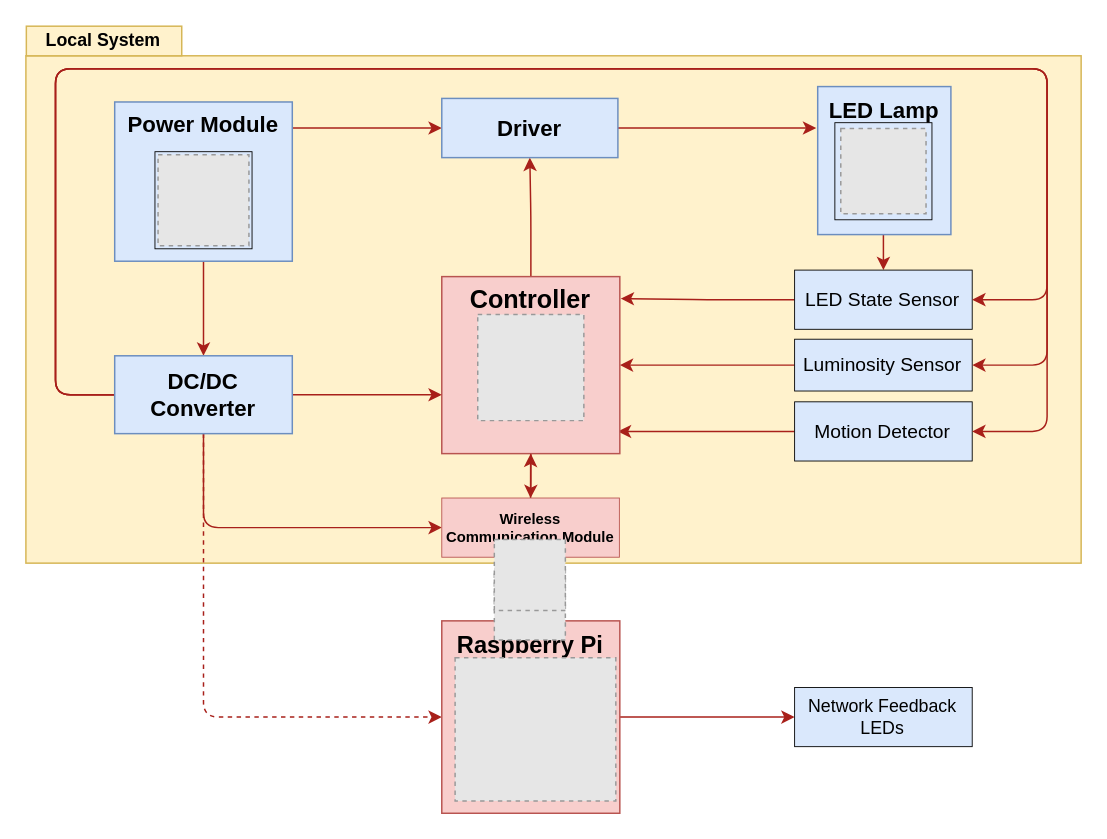
Earlier version of the draw.io diagram page "hw_arch" (2 of 4) of project/report/flowcharts/system_overview.drawio (ESRGgroup9/slipad). Source tidied: cells renumbered, new cells numbered last; positions are measured from the earlier drawing's top-left corner, leaving out a move shared by most shapes. Both pictures are drawn from the tidied source at 148%, with x=0, y=0 at pixel (25, 25). Pictures stored in the file or linked from it are replaced by grey dashed boxes.
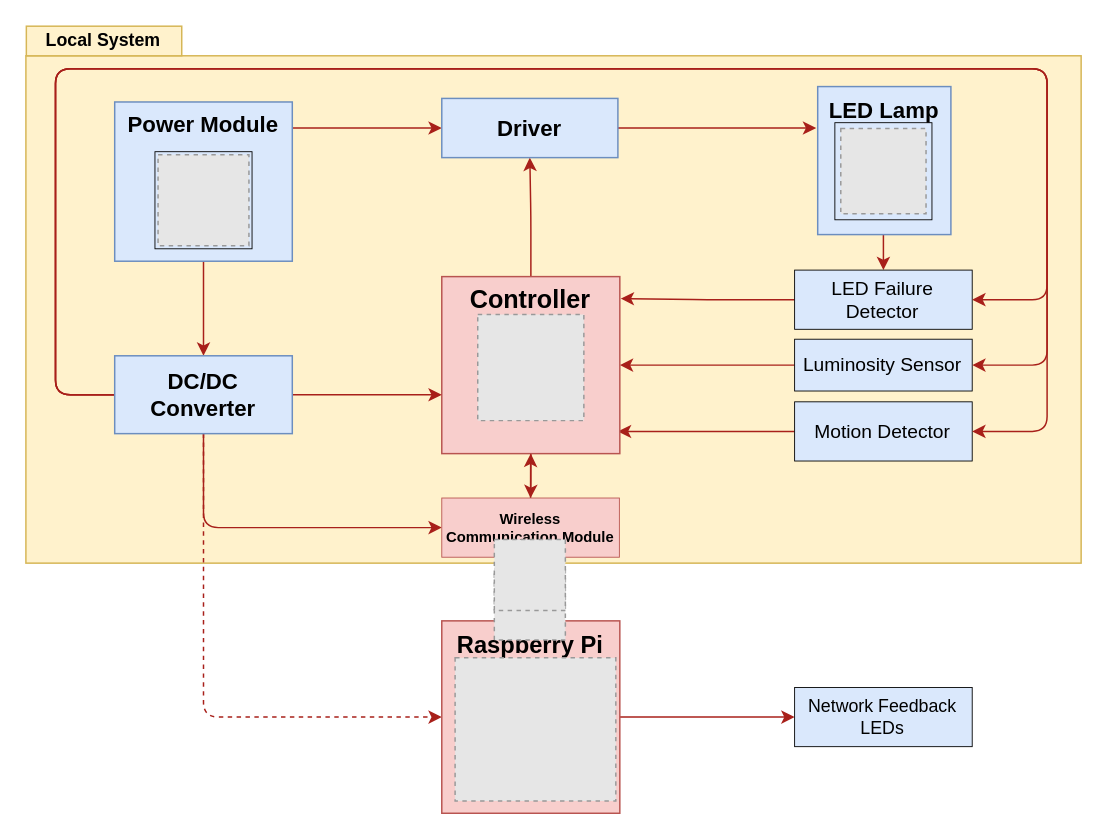
After the change.

What changed in the source:
```diff
@@
-    <mxCell id="10" value="LED State Sensor" style="text;html=1;strokeColor=#000000;fillColor=#dae8fc;align=center;verticalAlign=middle;whiteSpace=wrap;rounded=0;sketch=0;fontSize=13;strokeWidth=0.6;fontColor=default;fontStyle=0;" parent="1" vertex="1">
+    <mxCell id="10" value="LED Failure Detector" style="text;html=1;strokeColor=#000000;fillColor=#dae8fc;align=center;verticalAlign=middle;whiteSpace=wrap;rounded=0;sketch=0;fontSize=13;strokeWidth=0.6;fontColor=default;fontStyle=0;" parent="1" vertex="1">
       <mxGeometry x="519.4" y="165" width="120" height="40" as="geometry" />
     </mxCell>
```
